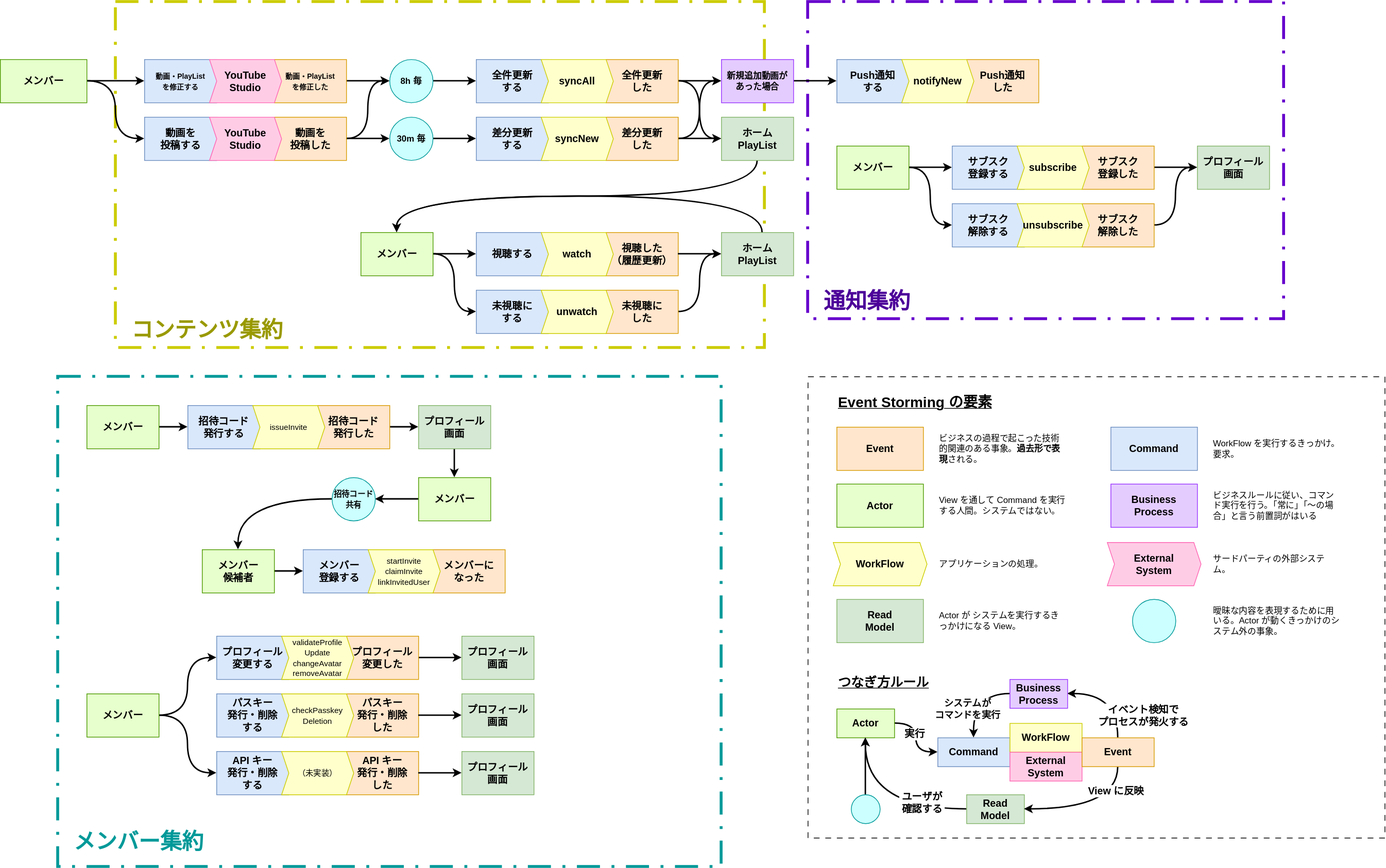
Before: event_storming.drawio.svg, a diagram exported from draw.io (nw-union/soko). Source tidied: cells renumbered, new cells last; positions are measured from the earlier drawing's top-left corner, leaving out a move shared by most shapes.
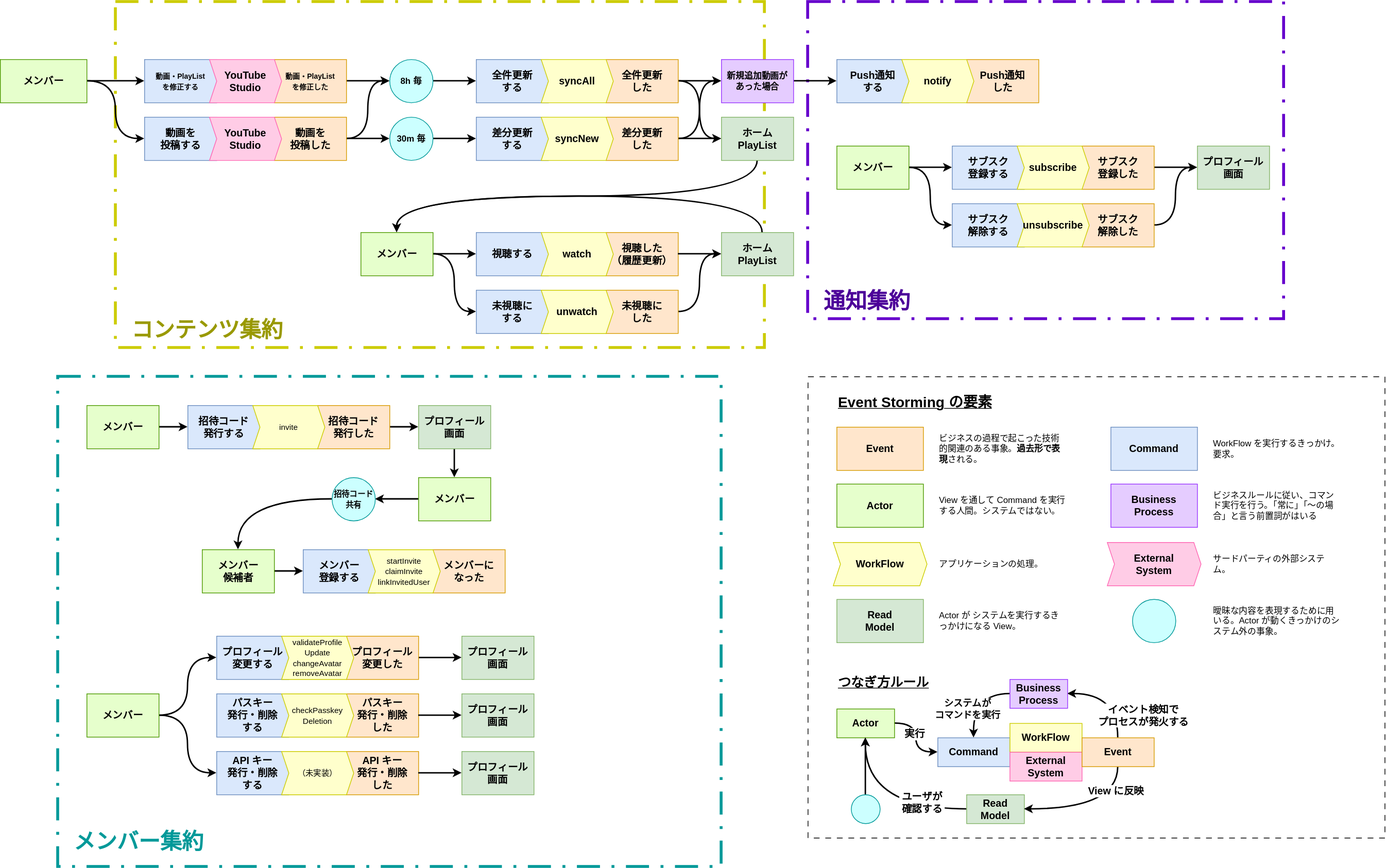
Above is the later version.

What changed in the source:
```diff
@@ -184,7 +184,7 @@
     <mxCell id="59" value="&lt;span style=&quot;font-size: 14px;&quot;&gt;&lt;b&gt;Push通知&lt;/b&gt;&lt;/span&gt;&lt;div&gt;&lt;span style=&quot;font-size: 14px;&quot;&gt;&lt;b&gt;する&lt;/b&gt;&lt;/span&gt;&lt;/div&gt;" style="rounded=0;whiteSpace=wrap;html=1;fillColor=#dae8fc;strokeColor=#6c8ebf;" parent="1" vertex="1">
       <mxGeometry x="1160" y="80" width="100" height="60" as="geometry" />
     </mxCell>
-    <mxCell id="60" value="&lt;font style=&quot;font-size: 14px;&quot;&gt;&lt;b&gt;notifyNew&lt;/b&gt;&lt;/font&gt;" style="shape=step;perimeter=stepPerimeter;whiteSpace=wrap;html=1;fixedSize=1;fillColor=#FFFFCC;strokeColor=#CCCC00;size=10;" parent="1" vertex="1">
+    <mxCell id="60" value="&lt;font style=&quot;font-size: 14px;&quot;&gt;&lt;b&gt;notify&lt;/b&gt;&lt;/font&gt;" style="shape=step;perimeter=stepPerimeter;whiteSpace=wrap;html=1;fixedSize=1;fillColor=#FFFFCC;strokeColor=#CCCC00;size=10;" parent="1" vertex="1">
       <mxGeometry x="1250" y="80" width="100" height="60" as="geometry" />
     </mxCell>
     <mxCell id="61" style="edgeStyle=orthogonalEdgeStyle;rounded=0;jettySize=auto;html=1;entryX=0;entryY=0.5;entryDx=0;entryDy=0;defaultLabelBackgroundColor=page;strokeWidth=2;" parent="1" edge="1" source="123" target="59">
@@ -280,7 +280,7 @@
     <mxCell id="91" value="&lt;span style=&quot;font-size: 14px;&quot;&gt;&lt;b&gt;招待コード&lt;/b&gt;&lt;/span&gt;&lt;br&gt;&lt;div&gt;&lt;span style=&quot;font-size: 14px;&quot;&gt;&lt;b&gt;発行する&lt;/b&gt;&lt;/span&gt;&lt;/div&gt;" style="rounded=0;whiteSpace=wrap;html=1;fillColor=#dae8fc;strokeColor=#6c8ebf;" parent="1" vertex="1">
       <mxGeometry x="260" y="560" width="100" height="60" as="geometry" />
     </mxCell>
-    <mxCell id="92" value="&lt;span style=&quot;font-size: 11px;&quot;&gt;issueInvite&lt;/span&gt;" style="shape=step;perimeter=stepPerimeter;whiteSpace=wrap;html=1;fixedSize=1;fillColor=#FFFFCC;strokeColor=#CCCC00;size=10;" parent="1" vertex="1">
+    <mxCell id="92" value="&lt;span style=&quot;font-size: 11px;&quot;&gt;invite&lt;/span&gt;" style="shape=step;perimeter=stepPerimeter;whiteSpace=wrap;html=1;fixedSize=1;fillColor=#FFFFCC;strokeColor=#CCCC00;size=10;" parent="1" vertex="1">
       <mxGeometry x="350" y="560" width="100" height="60" as="geometry" />
     </mxCell>
     <mxCell id="93" value="&lt;span style=&quot;font-size: 14px;&quot;&gt;&lt;b&gt;メンバーに&lt;/b&gt;&lt;/span&gt;&lt;div&gt;&lt;span style=&quot;font-size: 14px;&quot;&gt;&lt;b&gt;なった&lt;/b&gt;&lt;/span&gt;&lt;/div&gt;" style="rounded=0;whiteSpace=wrap;html=1;fillColor=#ffe6cc;strokeColor=#d79b00;" parent="1" vertex="1">
```
